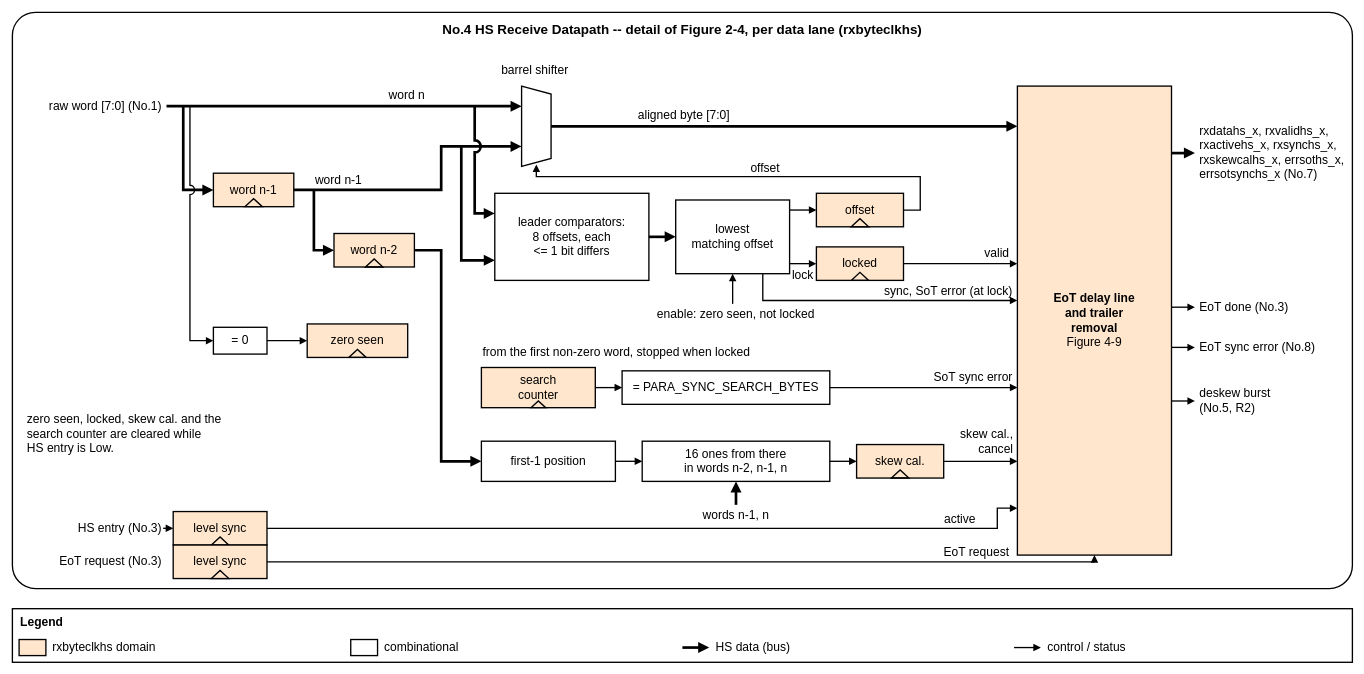
This is 22fdx/rx/digital/hw/rtl/ip/ftel_dphy_rx/doc/figures/ftel_dphy_rx_hs_datapath.drawio from ftel-cdc/fu3_dphy, a draw.io file, before an edit. Source tidied: cells renumbered, new cells numbered last; positions are measured from the earlier drawing's top-left corner, leaving out a move shared by most shapes. Both pictures are drawn from the tidied source at 67%, with x=0, y=0 at pixel (12, 12).
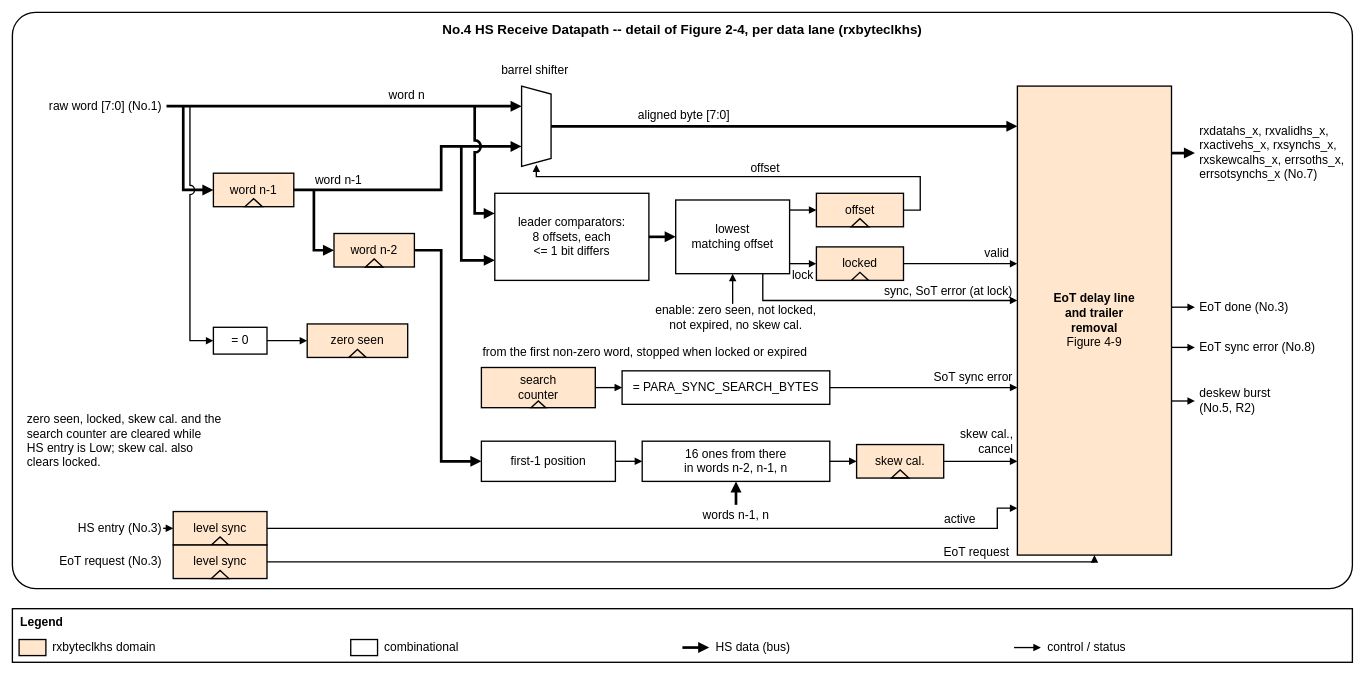
After the change.

Change to the diagram source:
```diff
@@
-    <mxCell id="23" value="enable: zero seen, not locked" style="text;html=1;whiteSpace=wrap;fontSize=18;align=center;verticalAlign=middle;strokeColor=none;fillColor=none;spacing=2;" parent="1" vertex="1">
-      <mxGeometry x="950" y="437" width="260" height="28" as="geometry" />
+    <mxCell id="23" value="enable: zero seen, not locked,&lt;br&gt;not expired, no skew cal." style="text;html=1;whiteSpace=wrap;fontSize=18;align=center;verticalAlign=middle;strokeColor=none;fillColor=none;spacing=2;" parent="1" vertex="1">
+      <mxGeometry x="930" y="430" width="300" height="52" as="geometry" />
     </mxCell>
@@
-    <mxCell id="44" value="from the first non-zero word, stopped when locked" style="text;html=1;whiteSpace=wrap;fontSize=18;align=left;verticalAlign=middle;strokeColor=none;fillColor=none;spacing=2;" parent="1" vertex="1">
-      <mxGeometry x="700" y="494" width="520" height="28" as="geometry" />
+    <mxCell id="44" value="from the first non-zero word, stopped when locked or expired" style="text;html=1;whiteSpace=wrap;fontSize=18;align=left;verticalAlign=middle;strokeColor=none;fillColor=none;spacing=2;" parent="1" vertex="1">
+      <mxGeometry x="700" y="494" width="640" height="28" as="geometry" />
     </mxCell>
@@
-    <mxCell id="80" value="zero seen, locked, skew cal. and the&lt;br&gt;search counter are cleared while&lt;br&gt;HS entry is Low." style="text;html=1;whiteSpace=wrap;fontSize=18;align=left;verticalAlign=top;strokeColor=none;fillColor=none;spacing=2;" parent="1" vertex="1">
+    <mxCell id="80" value="zero seen, locked, skew cal. and the&lt;br&gt;search counter are cleared while&lt;br&gt;HS entry is Low; skew cal. also&lt;br&gt;clears locked." style="text;html=1;whiteSpace=wrap;fontSize=18;align=left;verticalAlign=top;strokeColor=none;fillColor=none;spacing=2;" parent="1" vertex="1">
       <mxGeometry x="20" y="590" width="420" height="110" as="geometry" />
     </mxCell>
```
